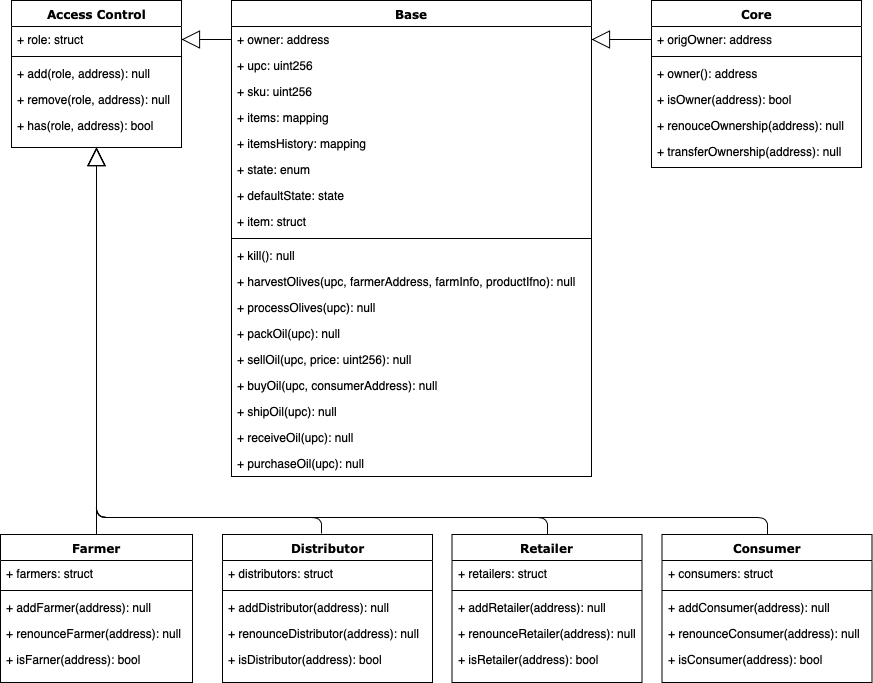
This is project-6/uml/Olive Oil Data Diagram.png from martony38/SupplyChain, a draw.io export, as it was before one commit. Source tidied: cells renumbered, new cells last; positions are measured from the earlier drawing's top-left corner, leaving out a move shared by most shapes.
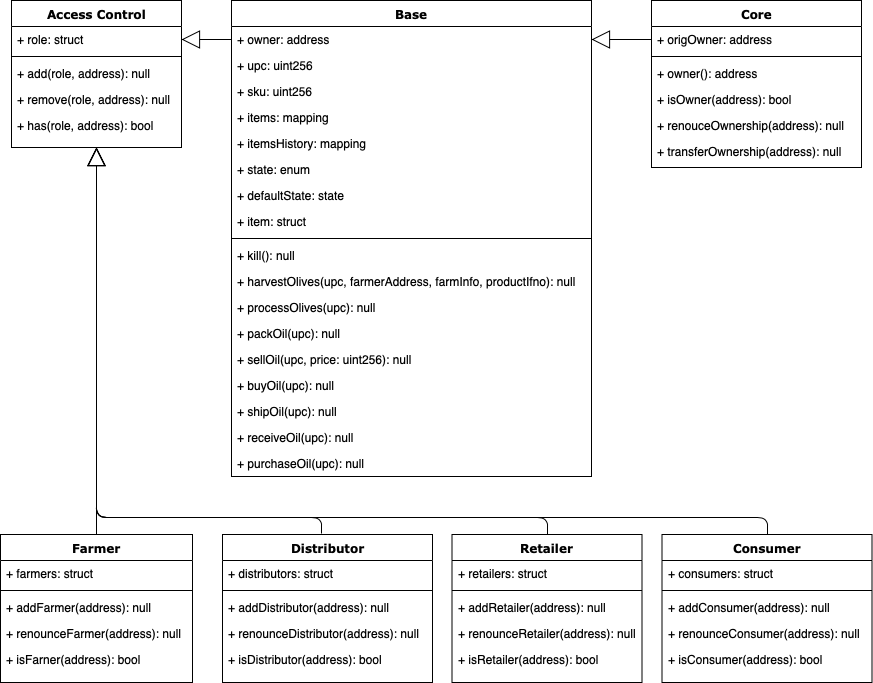
Above is the later version.

Commit message:
fix: Update data diagram

Diff of the diagram source:
```diff
@@ -65,7 +65,7 @@
     <mxCell id="22" value="+ sellOil(upc, price: uint256): null" style="text;html=1;strokeColor=none;fillColor=none;align=left;verticalAlign=top;spacingLeft=4;spacingRight=4;whiteSpace=wrap;overflow=hidden;" parent="8" vertex="1">
       <mxGeometry y="346" width="360" height="26" as="geometry" />
     </mxCell>
-    <mxCell id="23" value="+ buyOil(upc, consumerAddress): null" style="text;html=1;strokeColor=none;fillColor=none;align=left;verticalAlign=top;spacingLeft=4;spacingRight=4;whiteSpace=wrap;overflow=hidden;" parent="8" vertex="1">
+    <mxCell id="23" value="+ buyOil(upc): null" style="text;html=1;strokeColor=none;fillColor=none;align=left;verticalAlign=top;spacingLeft=4;spacingRight=4;whiteSpace=wrap;overflow=hidden;" parent="8" vertex="1">
       <mxGeometry y="372" width="360" height="26" as="geometry" />
     </mxCell>
     <mxCell id="24" value="+ shipOil(upc): null" style="text;html=1;strokeColor=none;fillColor=none;align=left;verticalAlign=top;spacingLeft=4;spacingRight=4;whiteSpace=wrap;overflow=hidden;" parent="8" vertex="1">
```
